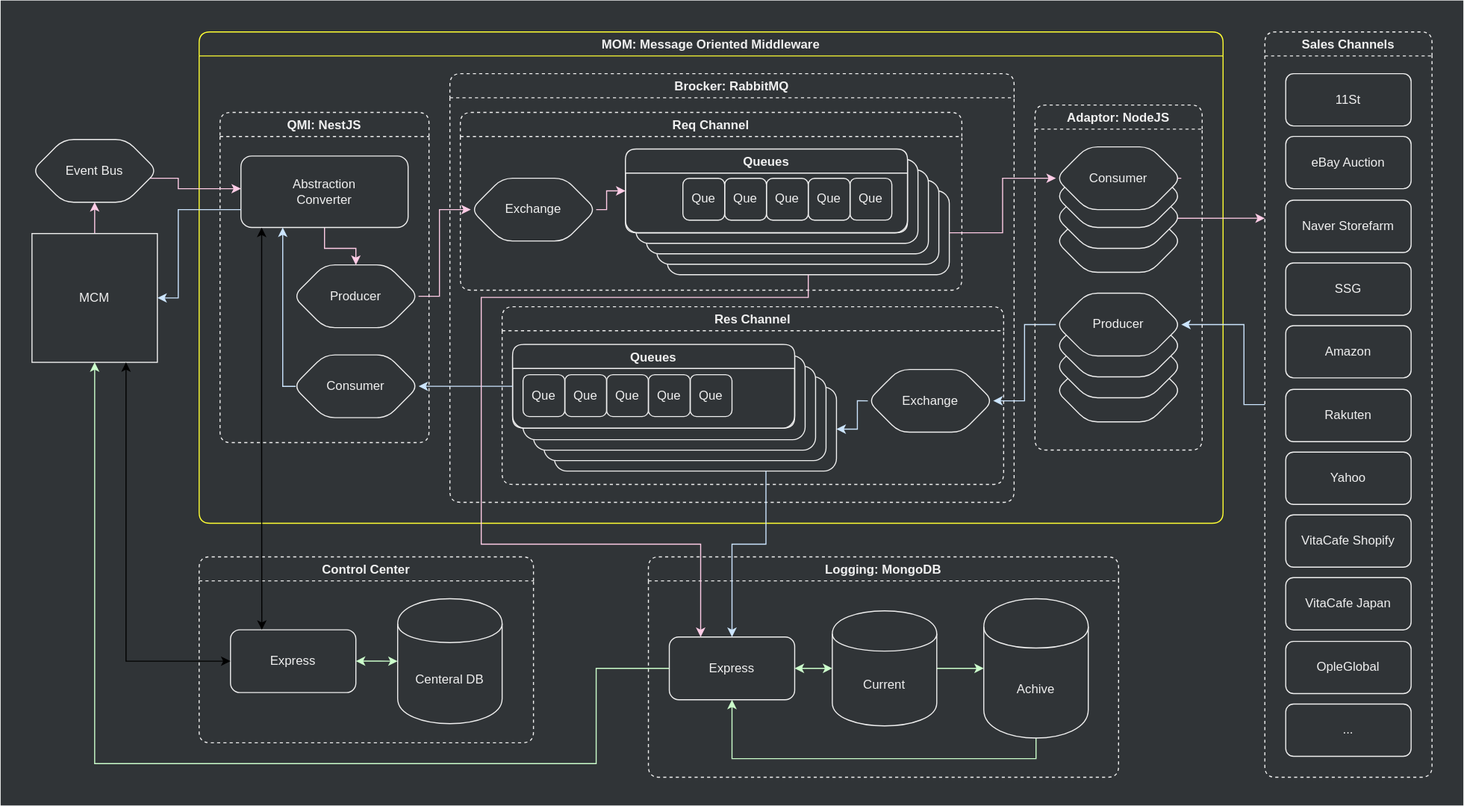
Before: assets/.draw.io/documents/mom-structure-diagram.svg, a diagram exported from draw.io (jiholee-ntwglobal/jiholee-ntwglobal.github.io). Source tidied: cells renumbered, new cells last; positions are measured from the earlier drawing's top-left corner, leaving out a move shared by most shapes.
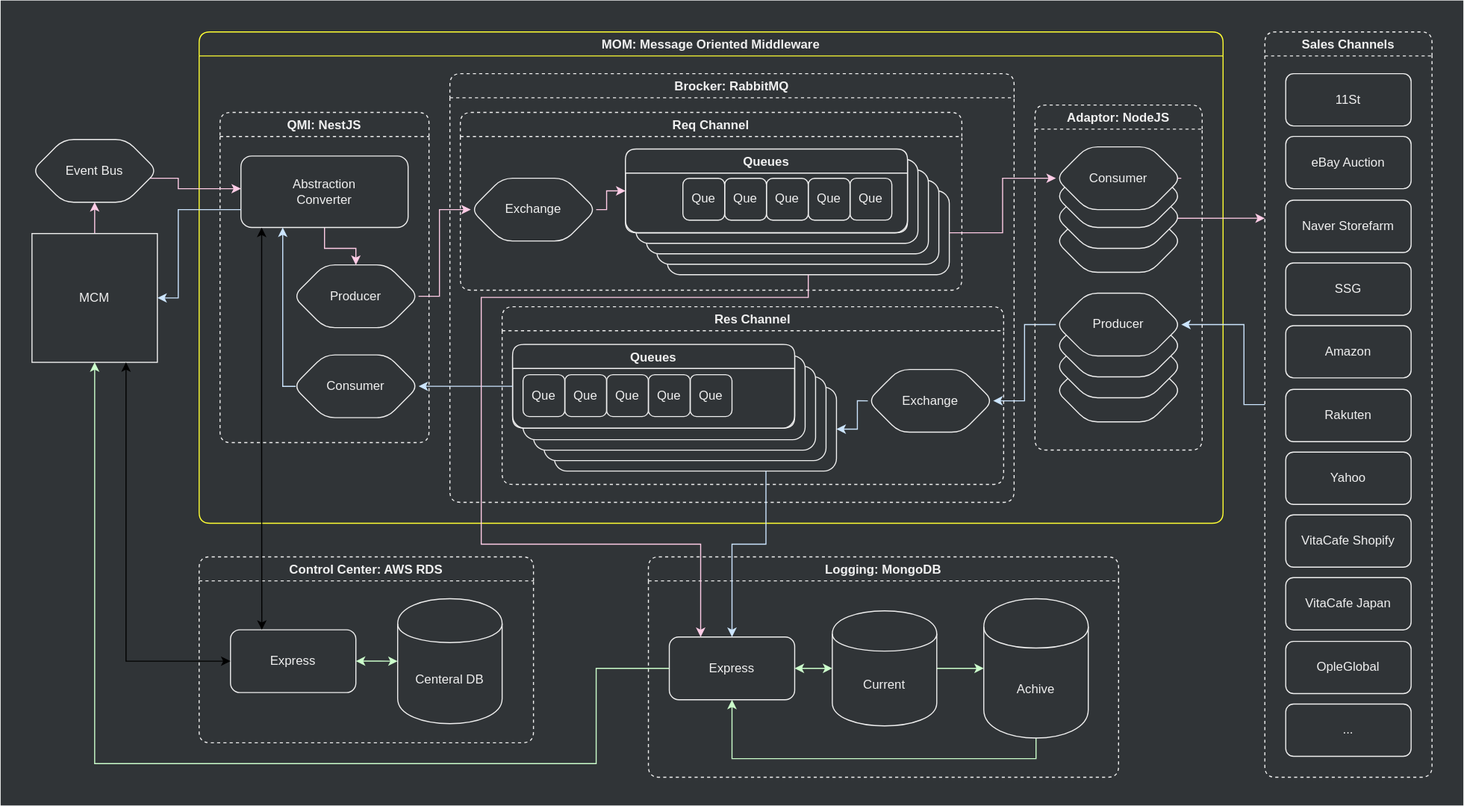
Above is the later version.

The edit, as a diff of the source:
```diff
@@ -295,7 +295,7 @@
         </Array>
       </mxGeometry>
     </mxCell>
-    <mxCell id="81" value="Control Center" style="swimlane;rounded=1;fillColor=none;fontColor=#F0F0F0;strokeColor=#F0F0F0;dashed=1;" parent="3" vertex="1">
+    <mxCell id="81" value="Control Center: AWS RDS" style="swimlane;rounded=1;fillColor=none;fontColor=#F0F0F0;strokeColor=#F0F0F0;dashed=1;" parent="3" vertex="1">
       <mxGeometry x="190" y="532.2" width="320" height="177.8" as="geometry" />
     </mxCell>
     <mxCell id="82" value="Express" style="rounded=1;whiteSpace=wrap;html=1;fillColor=none;fontColor=#F0F0F0;strokeColor=#F0F0F0;" parent="81" vertex="1">
```
